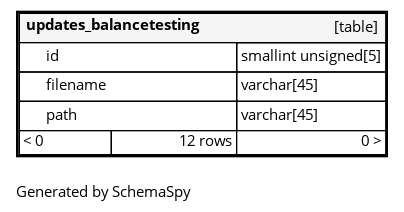
This is diagrams/tables/updates_balancetesting.1degree.png from ta-forever/db, a Graphviz export, as it was before one commit. Its source is kept beside it as diagrams/tables/updates_balancetesting.1degree.dot. Its diagram source:
```dot
digraph "oneDegreeRelationshipsDiagram" {
  graph [    rankdir="RL"    bgcolor="#ffffff"    label="\nGenerated by SchemaSpy"    labeljust="l"    nodesep="0.18"    ranksep="0.46"    fontname="Helvetica"    fontsize="11"    ration="compress"  ];  node [    fontname="Helvetica"    fontsize="11"    shape="plaintext"  ];  edge [    arrowsize="0.8"  ];
  "updates_balancetesting" [
   label=<
    <TABLE BORDER="2" CELLBORDER="1" CELLSPACING="0" BGCOLOR="#ffffff">
      <TR><TD COLSPAN="4"  BGCOLOR="#f5f5f5"><TABLE BORDER="0" CELLSPACING="0"><TR><TD ALIGN="LEFT" FIXEDSIZE="TRUE" WIDTH="142" HEIGHT="16"><B>updates_balancetesting</B></TD><TD ALIGN="RIGHT">[table]</TD></TR></TABLE></TD></TR>
      <TR><TD PORT="id" COLSPAN="2" BGCOLOR="#ffffff" ALIGN="LEFT"><TABLE BORDER="0" CELLSPACING="0" ALIGN="LEFT"><TR ALIGN="LEFT"><TD ALIGN="LEFT" FIXEDSIZE="TRUE" WIDTH="15" HEIGHT="16"></TD><TD ALIGN="LEFT" FIXEDSIZE="TRUE" WIDTH="142" HEIGHT="16">id</TD></TR></TABLE></TD><TD PORT="id.type" ALIGN="LEFT">smallint unsigned[5]</TD></TR>
      <TR><TD PORT="filename" COLSPAN="2" ALIGN="LEFT"><TABLE BORDER="0" CELLSPACING="0" ALIGN="LEFT"><TR ALIGN="LEFT"><TD ALIGN="LEFT" FIXEDSIZE="TRUE" WIDTH="15" HEIGHT="16"></TD><TD ALIGN="LEFT" FIXEDSIZE="TRUE" WIDTH="142" HEIGHT="16">filename</TD></TR></TABLE></TD><TD PORT="filename.type" ALIGN="LEFT">varchar[45]</TD></TR>
      <TR><TD PORT="path" COLSPAN="2" ALIGN="LEFT"><TABLE BORDER="0" CELLSPACING="0" ALIGN="LEFT"><TR ALIGN="LEFT"><TD ALIGN="LEFT" FIXEDSIZE="TRUE" WIDTH="15" HEIGHT="16"></TD><TD ALIGN="LEFT" FIXEDSIZE="TRUE" WIDTH="142" HEIGHT="16">path</TD></TR></TABLE></TD><TD PORT="path.type" ALIGN="LEFT">varchar[45]</TD></TR>
      <TR><TD ALIGN="LEFT" BGCOLOR="#ffffff">&lt; 0</TD><TD ALIGN="RIGHT" BGCOLOR="#ffffff">12 rows</TD><TD ALIGN="RIGHT" BGCOLOR="#ffffff">0 &gt;</TD></TR>
    </TABLE>>
    URL="updates_balancetesting.html"
    target="_top"
    tooltip="updates_balancetesting"
  ];
}
```
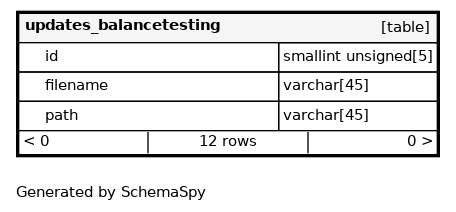
The same diagram one commit later.

Diff of the diagram source:
```diff
@@ -1,13 +1,13 @@
 digraph "oneDegreeRelationshipsDiagram" {
-  graph [    rankdir="RL"    bgcolor="#ffffff"    label="\nGenerated by SchemaSpy"    labeljust="l"    nodesep="0.18"    ranksep="0.46"    fontname="Helvetica"    fontsize="11"    ration="compress"  ];  node [    fontname="Helvetica"    fontsize="11"    shape="plaintext"  ];  edge [    arrowsize="0.8"  ];
+  graph [    rankdir="RL"    bgcolor="#ffffff"    label="\nGenerated by SchemaSpy"    labeljust="l"    nodesep="0.18"    ranksep="0.46"    fontname="Helvetica"    fontsize="11"    packmode="graph"  ];  node [    fontname="Helvetica"    fontsize="11"    shape="plaintext"  ];  edge [    arrowsize="0.8"  ];
   "updates_balancetesting" [
    label=<
     <TABLE BORDER="2" CELLBORDER="1" CELLSPACING="0" BGCOLOR="#ffffff">
-      <TR><TD COLSPAN="4"  BGCOLOR="#f5f5f5"><TABLE BORDER="0" CELLSPACING="0"><TR><TD ALIGN="LEFT" FIXEDSIZE="TRUE" WIDTH="142" HEIGHT="16"><B>updates_balancetesting</B></TD><TD ALIGN="RIGHT">[table]</TD></TR></TABLE></TD></TR>
-      <TR><TD PORT="id" COLSPAN="2" BGCOLOR="#ffffff" ALIGN="LEFT"><TABLE BORDER="0" CELLSPACING="0" ALIGN="LEFT"><TR ALIGN="LEFT"><TD ALIGN="LEFT" FIXEDSIZE="TRUE" WIDTH="15" HEIGHT="16"></TD><TD ALIGN="LEFT" FIXEDSIZE="TRUE" WIDTH="142" HEIGHT="16">id</TD></TR></TABLE></TD><TD PORT="id.type" ALIGN="LEFT">smallint unsigned[5]</TD></TR>
-      <TR><TD PORT="filename" COLSPAN="2" ALIGN="LEFT"><TABLE BORDER="0" CELLSPACING="0" ALIGN="LEFT"><TR ALIGN="LEFT"><TD ALIGN="LEFT" FIXEDSIZE="TRUE" WIDTH="15" HEIGHT="16"></TD><TD ALIGN="LEFT" FIXEDSIZE="TRUE" WIDTH="142" HEIGHT="16">filename</TD></TR></TABLE></TD><TD PORT="filename.type" ALIGN="LEFT">varchar[45]</TD></TR>
-      <TR><TD PORT="path" COLSPAN="2" ALIGN="LEFT"><TABLE BORDER="0" CELLSPACING="0" ALIGN="LEFT"><TR ALIGN="LEFT"><TD ALIGN="LEFT" FIXEDSIZE="TRUE" WIDTH="15" HEIGHT="16"></TD><TD ALIGN="LEFT" FIXEDSIZE="TRUE" WIDTH="142" HEIGHT="16">path</TD></TR></TABLE></TD><TD PORT="path.type" ALIGN="LEFT">varchar[45]</TD></TR>
-      <TR><TD ALIGN="LEFT" BGCOLOR="#ffffff">&lt; 0</TD><TD ALIGN="RIGHT" BGCOLOR="#ffffff">12 rows</TD><TD ALIGN="RIGHT" BGCOLOR="#ffffff">0 &gt;</TD></TR>
+      <TR><TD COLSPAN="4"  BGCOLOR="#f5f5f5"><TABLE BORDER="0" CELLSPACING="0"><TR><TD ALIGN="LEFT" FIXEDSIZE="TRUE" WIDTH="174" HEIGHT="16"><B>updates_balancetesting</B></TD><TD ALIGN="RIGHT">[table]</TD></TR></TABLE></TD></TR>
+      <TR><TD PORT="id" COLSPAN="2" BGCOLOR="#ffffff" ALIGN="LEFT"><TABLE BORDER="0" CELLSPACING="0" ALIGN="LEFT"><TR ALIGN="LEFT"><TD ALIGN="LEFT" FIXEDSIZE="TRUE" WIDTH="15" HEIGHT="16"></TD><TD ALIGN="LEFT" FIXEDSIZE="TRUE" WIDTH="174" HEIGHT="16">id</TD></TR></TABLE></TD><TD PORT="id.type" ALIGN="LEFT">smallint unsigned[5]</TD></TR>
+      <TR><TD PORT="filename" COLSPAN="2" ALIGN="LEFT"><TABLE BORDER="0" CELLSPACING="0" ALIGN="LEFT"><TR ALIGN="LEFT"><TD ALIGN="LEFT" FIXEDSIZE="TRUE" WIDTH="15" HEIGHT="16"></TD><TD ALIGN="LEFT" FIXEDSIZE="TRUE" WIDTH="174" HEIGHT="16">filename</TD></TR></TABLE></TD><TD PORT="filename.type" ALIGN="LEFT">varchar[45]</TD></TR>
+      <TR><TD PORT="path" COLSPAN="2" ALIGN="LEFT"><TABLE BORDER="0" CELLSPACING="0" ALIGN="LEFT"><TR ALIGN="LEFT"><TD ALIGN="LEFT" FIXEDSIZE="TRUE" WIDTH="15" HEIGHT="16"></TD><TD ALIGN="LEFT" FIXEDSIZE="TRUE" WIDTH="174" HEIGHT="16">path</TD></TR></TABLE></TD><TD PORT="path.type" ALIGN="LEFT">varchar[45]</TD></TR>
+      <TR><TD ALIGN="LEFT" CELLPADDING="0" BGCOLOR="#ffffff" COLSPAN="4" ><TABLE BORDER="0" CELLBORDER="0" CELLSPACING="0"><TR><TD ALIGN="LEFT" BGCOLOR="#ffffff">&lt; 0</TD><VR/><TD ALIGN="CENTER" BGCOLOR="#ffffff">12 rows</TD><VR/><TD ALIGN="RIGHT" BGCOLOR="#ffffff">0 &gt;</TD></TR></TABLE></TD></TR>
     </TABLE>>
     URL="updates_balancetesting.html"
     target="_top"
```
